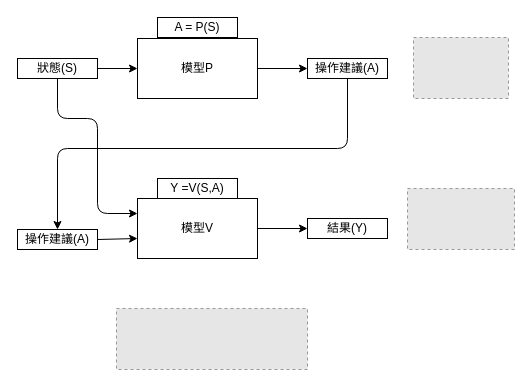
Earlier version of the draw.io diagram 操作優化通用架構.drawio (skywalker0803r/drawio). Source tidied: cells renumbered, new cells numbered last; positions are measured from the earlier drawing's top-left corner, leaving out a move shared by most shapes. Both pictures are drawn from the tidied source at 100%, with x=0, y=0 at pixel (17, 17). Pictures stored in the file or linked from it are replaced by grey dashed boxes.
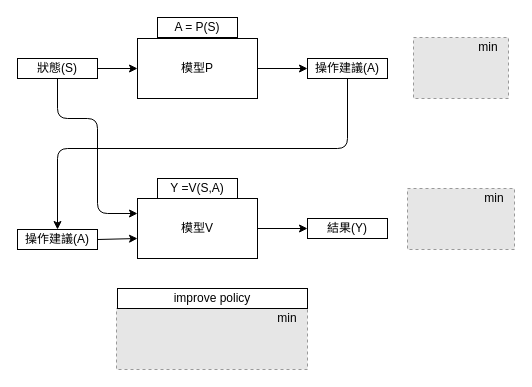
Above is the later version.

Commit message:
Update 操作優化通用架構.drawio

Change to the diagram source:
```diff
@@
+    <mxCell id="19" value="min" style="text;html=1;strokeColor=none;fillColor=none;align=center;verticalAlign=middle;whiteSpace=wrap;rounded=0;" parent="1" vertex="1">
+      <mxGeometry x="250" y="291" width="40" height="20" as="geometry" />
+    </mxCell>
+    <mxCell id="20" value="min" style="text;html=1;strokeColor=none;fillColor=none;align=center;verticalAlign=middle;whiteSpace=wrap;rounded=0;" parent="1" vertex="1">
+      <mxGeometry x="457" y="171" width="40" height="20" as="geometry" />
+    </mxCell>
+    <mxCell id="21" value="min" style="text;html=1;strokeColor=none;fillColor=none;align=center;verticalAlign=middle;whiteSpace=wrap;rounded=0;" parent="1" vertex="1">
+      <mxGeometry x="451" y="20" width="40" height="20" as="geometry" />
+    </mxCell>
+    <mxCell id="22" value="improve&amp;nbsp;policy" style="text;html=1;strokeColor=#000000;fillColor=none;align=center;verticalAlign=middle;whiteSpace=wrap;rounded=0;" parent="1" vertex="1">
+      <mxGeometry x="100" y="271" width="190" height="20" as="geometry" />
+    </mxCell>
```
